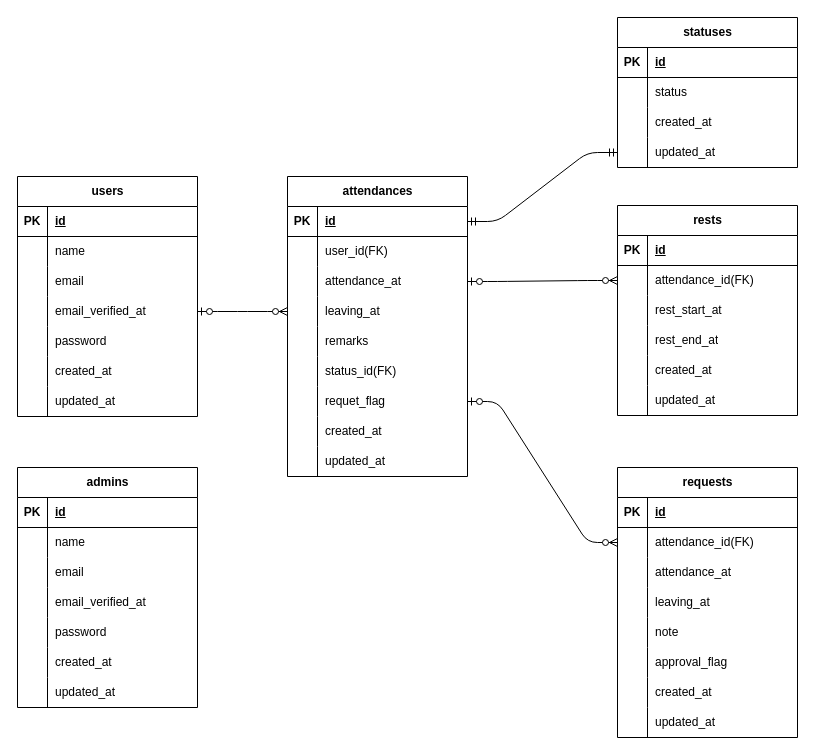
kei1-112/attendance-management keeps this draw.io diagram as src/er-diagram.dio. Above is the earlier version. Source tidied: cells renumbered, new cells numbered last; positions are measured from the earlier drawing's top-left corner, leaving out a move shared by most shapes. Both pictures are drawn from the tidied source at 100%, with x=0, y=0 at pixel (17, 17).
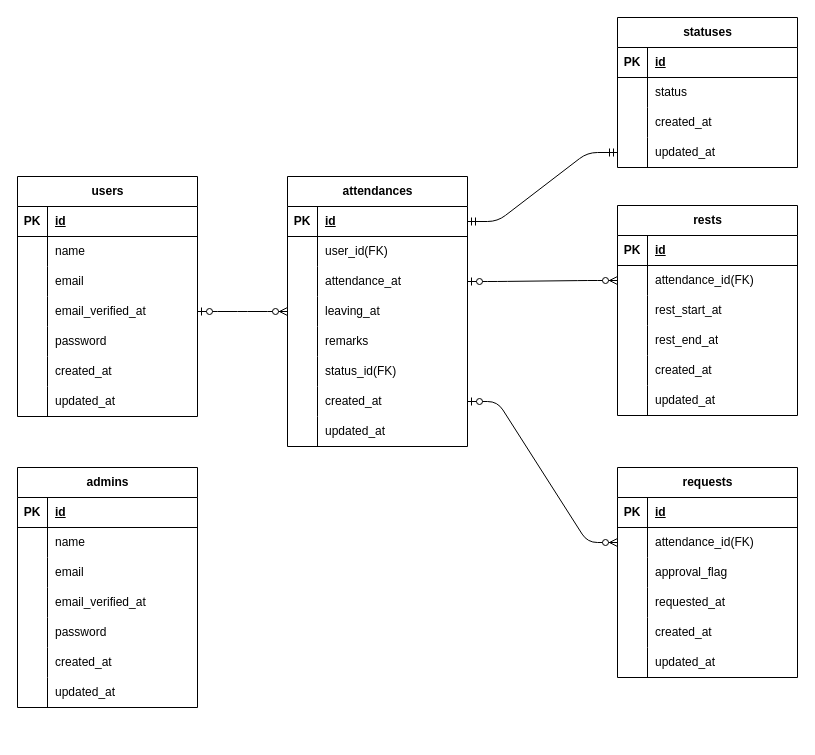
The same page after the edit.

Unchanged cells that the change refers to:
```xml
<mxCell id="113" style="shape=tableRow;horizontal=0;startSize=0;swimlaneHead=0;swimlaneBody=0;fillColor=none;points=[[0,0.5],[1,0.5]];portConstraint=eastwest;top=0;left=0;right=0;bottom=0;" parent="109" vertex="1">
  <mxGeometry y="60" width="180" height="30" as="geometry" />
</mxCell>
```

Change to the diagram source:
```diff
@@
     <mxCell id="59" value="attendances" style="shape=table;startSize=30;childLayout=tableLayout;rowLines=0;fontStyle=1;align=center;html=1;" parent="1" vertex="1">
-      <mxGeometry x="270" y="159" width="180" height="300" as="geometry" />
+      <mxGeometry x="270" y="159" width="180" height="270" as="geometry" />
     </mxCell>
@@
-    <mxCell id="78" style="shape=tableRow;horizontal=0;startSize=0;swimlaneHead=0;swimlaneBody=0;fillColor=none;points=[[0,0.5],[1,0.5]];portConstraint=eastwest;top=0;left=0;right=0;bottom=0;" parent="59" vertex="1">
-      <mxGeometry y="210" width="180" height="30" as="geometry" />
-    </mxCell>
-    <mxCell id="79" style="shape=partialRectangle;fillColor=none;top=0;left=0;bottom=0;right=0;overflow=hidden;whiteSpace=wrap;html=1;" parent="78" vertex="1">
-      <mxGeometry width="30" height="30" as="geometry" />
-    </mxCell>
-    <mxCell id="80" value="requet_flag" style="shape=partialRectangle;fillColor=none;top=0;left=0;bottom=0;right=0;align=left;spacingLeft=6;overflow=hidden;whiteSpace=wrap;html=1;" parent="78" vertex="1">
-      <mxGeometry x="30" width="150" height="30" as="geometry" />
-    </mxCell>
     <mxCell id="81" style="shape=tableRow;horizontal=0;startSize=0;swimlaneHead=0;swimlaneBody=0;fillColor=none;top=0;left=0;right=0;bottom=0;" parent="59" vertex="1">
-      <mxGeometry y="240" width="180" height="30" as="geometry" />
+      <mxGeometry y="210" width="180" height="30" as="geometry" />
     </mxCell>
@@
     <mxCell id="84" style="shape=tableRow;horizontal=0;startSize=0;swimlaneHead=0;swimlaneBody=0;fillColor=none;top=0;left=0;right=0;bottom=0;" parent="59" vertex="1">
-      <mxGeometry y="270" width="180" height="30" as="geometry" />
+      <mxGeometry y="240" width="180" height="30" as="geometry" />
     </mxCell>
@@
     <mxCell id="109" value="requests" style="shape=table;startSize=30;childLayout=tableLayout;rowLines=0;fontStyle=1;align=center;html=1;" parent="1" vertex="1">
-      <mxGeometry x="600" y="450" width="180" height="270" as="geometry" />
+      <mxGeometry x="600" y="450" width="180" height="210" as="geometry" />
     </mxCell>
@@
-    <mxCell id="116" style="shape=tableRow;horizontal=0;startSize=0;swimlaneHead=0;swimlaneBody=0;fillColor=none;top=0;left=0;right=0;bottom=0;" parent="109" vertex="1">
-      <mxGeometry y="90" width="180" height="30" as="geometry" />
-    </mxCell>
-    <mxCell id="117" style="shape=partialRectangle;fillColor=none;top=0;left=0;bottom=0;right=0;overflow=hidden;whiteSpace=wrap;html=1;" parent="116" vertex="1">
-      <mxGeometry width="30" height="30" as="geometry" />
-    </mxCell>
-    <mxCell id="118" value="attendance_at" style="shape=partialRectangle;fillColor=none;top=0;left=0;bottom=0;right=0;align=left;spacingLeft=6;overflow=hidden;whiteSpace=wrap;html=1;" parent="116" vertex="1">
-      <mxGeometry x="30" width="150" height="30" as="geometry" />
-    </mxCell>
-    <mxCell id="119" style="shape=tableRow;horizontal=0;startSize=0;swimlaneHead=0;swimlaneBody=0;fillColor=none;top=0;left=0;right=0;bottom=0;" parent="109" vertex="1">
-      <mxGeometry y="120" width="180" height="30" as="geometry" />
-    </mxCell>
-    <mxCell id="120" style="shape=partialRectangle;fillColor=none;top=0;left=0;bottom=0;right=0;overflow=hidden;whiteSpace=wrap;html=1;" parent="119" vertex="1">
-      <mxGeometry width="30" height="30" as="geometry" />
-    </mxCell>
-    <mxCell id="121" value="leaving_at" style="shape=partialRectangle;fillColor=none;top=0;left=0;bottom=0;right=0;align=left;spacingLeft=6;overflow=hidden;whiteSpace=wrap;html=1;" parent="119" vertex="1">
-      <mxGeometry x="30" width="150" height="30" as="geometry" />
-    </mxCell>
-    <mxCell id="122" style="shape=tableRow;horizontal=0;startSize=0;swimlaneHead=0;swimlaneBody=0;fillColor=none;top=0;left=0;right=0;bottom=0;" parent="109" vertex="1">
-      <mxGeometry y="150" width="180" height="30" as="geometry" />
-    </mxCell>
-    <mxCell id="123" style="shape=partialRectangle;fillColor=none;top=0;left=0;bottom=0;right=0;overflow=hidden;whiteSpace=wrap;html=1;" parent="122" vertex="1">
-      <mxGeometry width="30" height="30" as="geometry" />
-    </mxCell>
-    <mxCell id="124" value="note" style="shape=partialRectangle;fillColor=none;top=0;left=0;bottom=0;right=0;align=left;spacingLeft=6;overflow=hidden;whiteSpace=wrap;html=1;" parent="122" vertex="1">
-      <mxGeometry x="30" width="150" height="30" as="geometry" />
-    </mxCell>
     <mxCell id="125" style="shape=tableRow;horizontal=0;startSize=0;swimlaneHead=0;swimlaneBody=0;fillColor=none;top=0;left=0;right=0;bottom=0;" parent="109" vertex="1">
-      <mxGeometry y="180" width="180" height="30" as="geometry" />
+      <mxGeometry y="90" width="180" height="30" as="geometry" />
     </mxCell>
@@
+    <mxCell id="119" style="shape=tableRow;horizontal=0;startSize=0;swimlaneHead=0;swimlaneBody=0;fillColor=none;top=0;left=0;right=0;bottom=0;" parent="109" vertex="1">
+      <mxGeometry y="120" width="180" height="30" as="geometry" />
+    </mxCell>
+    <mxCell id="135" style="shape=partialRectangle;fillColor=none;top=0;left=0;bottom=0;right=0;overflow=hidden;whiteSpace=wrap;html=1;" parent="119" vertex="1">
+      <mxGeometry width="30" height="30" as="geometry" />
+    </mxCell>
+    <mxCell id="136" value="requested_at" style="shape=partialRectangle;fillColor=none;top=0;left=0;bottom=0;right=0;align=left;spacingLeft=6;overflow=hidden;whiteSpace=wrap;html=1;" parent="119" vertex="1">
+      <mxGeometry x="30" width="150" height="30" as="geometry" />
+    </mxCell>
     <mxCell id="128" style="shape=tableRow;horizontal=0;startSize=0;swimlaneHead=0;swimlaneBody=0;fillColor=none;top=0;left=0;right=0;bottom=0;" parent="109" vertex="1">
-      <mxGeometry y="210" width="180" height="30" as="geometry" />
+      <mxGeometry y="150" width="180" height="30" as="geometry" />
     </mxCell>
@@
     <mxCell id="131" style="shape=tableRow;horizontal=0;startSize=0;swimlaneHead=0;swimlaneBody=0;fillColor=none;top=0;left=0;right=0;bottom=0;" parent="109" vertex="1">
-      <mxGeometry y="240" width="180" height="30" as="geometry" />
+      <mxGeometry y="180" width="180" height="30" as="geometry" />
     </mxCell>
@@
-    <mxCell id="134" style="edgeStyle=entityRelationEdgeStyle;fontSize=12;html=1;endArrow=ERzeroToMany;startArrow=ERzeroToOne;exitX=1;exitY=0.5;exitDx=0;exitDy=0;entryX=0;entryY=0.5;entryDx=0;entryDy=0;" parent="1" edge="1" source="78" target="113">
+    <mxCell id="134" style="edgeStyle=entityRelationEdgeStyle;fontSize=12;html=1;endArrow=ERzeroToMany;startArrow=ERzeroToOne;exitX=1;exitY=0.5;exitDx=0;exitDy=0;entryX=0;entryY=0.5;entryDx=0;entryDy=0;" parent="1" edge="1" target="113">
       <mxGeometry relative="1" as="geometry">
+        <mxPoint x="450" y="384" as="sourcePoint" />
         <Array as="points">
           <mxPoint x="671.3" y="614" />
         </Array>
       </mxGeometry>
     </mxCell>
```
